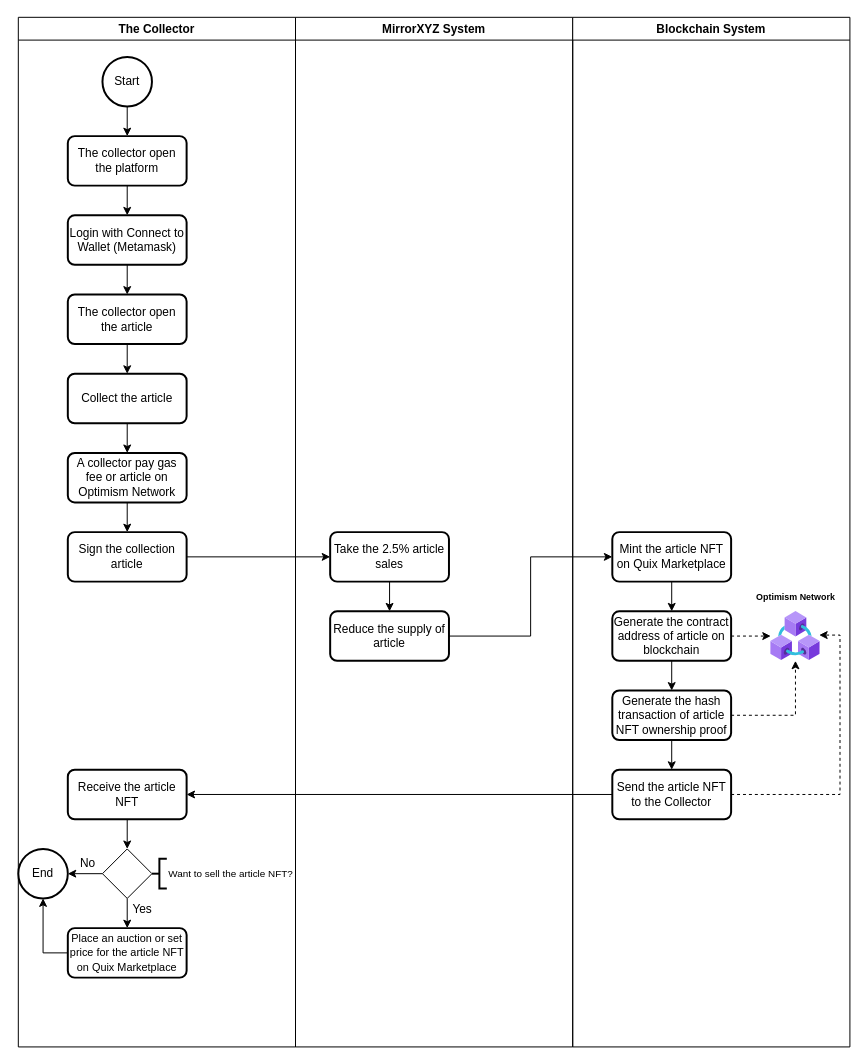
Before: MirrorXYZ Collector Workflow.drawio in hanggaa/Diagram, a draw.io diagram. Source tidied: cells renumbered, new cells numbered last; positions are measured from the earlier drawing's top-left corner, leaving out a move shared by most shapes. Both pictures are drawn from the tidied source at 99%, with x=0, y=0 at pixel (18, 17).
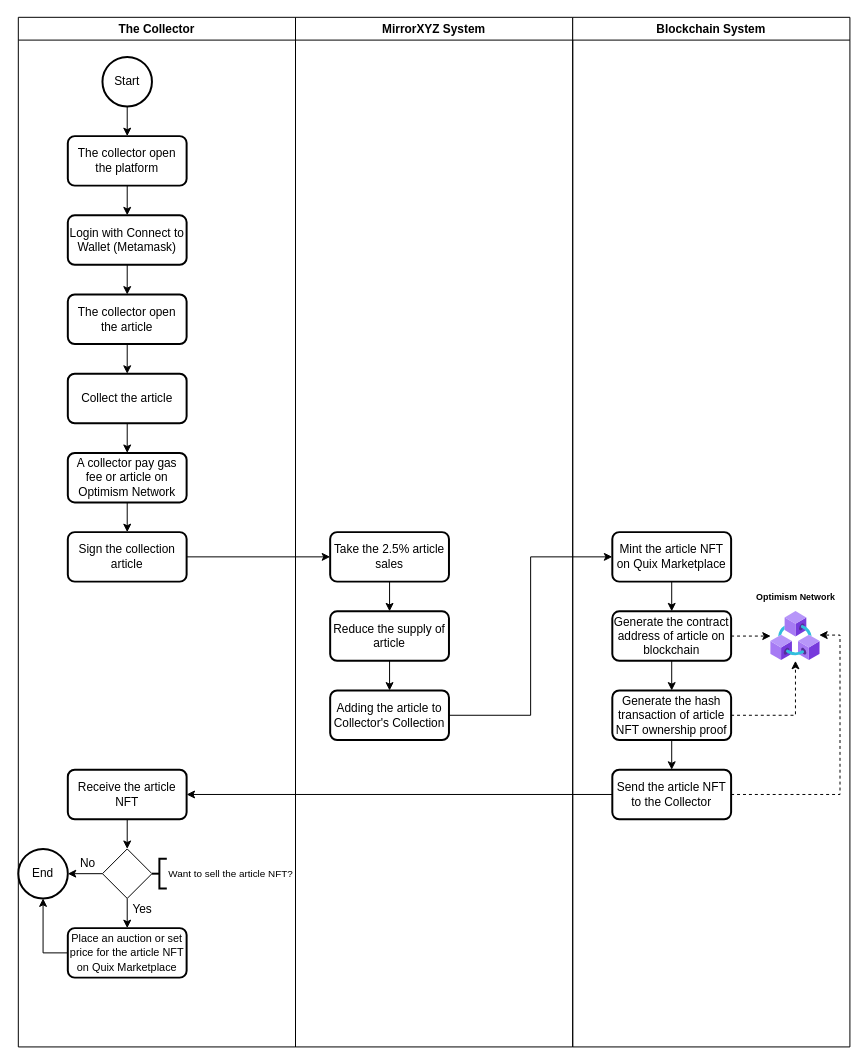
Above is the later version.

Unchanged cells that the change refers to:
```xml
<mxCell id="17" value="Receive the article NFT" style="rounded=1;whiteSpace=wrap;html=1;absoluteArcSize=1;arcSize=14;strokeWidth=2;" parent="2" vertex="1">
  <mxGeometry x="50" y="760" width="120" height="50" as="geometry" />
</mxCell>
<mxCell id="27" value="MirrorXYZ System" style="swimlane;whiteSpace=wrap;html=1;" parent="1" vertex="1">
  <mxGeometry x="280" width="280" height="1040" as="geometry" />
</mxCell>
<mxCell id="30" value="Reduce the supply of article" style="rounded=1;whiteSpace=wrap;html=1;absoluteArcSize=1;arcSize=14;strokeWidth=2;" parent="27" vertex="1">
  <mxGeometry x="35" y="600" width="120" height="50" as="geometry" />
</mxCell>
<mxCell id="39" value="Mint the article NFT on Quix Marketplace" style="rounded=1;whiteSpace=wrap;html=1;absoluteArcSize=1;arcSize=14;strokeWidth=2;" parent="31" vertex="1">
  <mxGeometry x="40" y="520" width="120" height="50" as="geometry" />
</mxCell>
<mxCell id="43" value="Send the article NFT to the Collector" style="rounded=1;whiteSpace=wrap;html=1;absoluteArcSize=1;arcSize=14;strokeWidth=2;" parent="31" vertex="1">
  <mxGeometry x="40" y="760" width="120" height="50" as="geometry" />
</mxCell>
```

Diff of the diagram source:
```diff
@@
+    <mxCell id="47" style="edgeStyle=orthogonalEdgeStyle;rounded=0;jettySize=auto;html=1;exitX=0.5;exitY=1;exitDx=0;exitDy=0;entryX=0.5;entryY=0;entryDx=0;entryDy=0;fontSize=11;" parent="27" edge="1" source="30" target="48">
+      <mxGeometry relative="1" as="geometry" />
+    </mxCell>
@@
+    <mxCell id="48" value="Adding the article to Collector's Collection" style="rounded=1;whiteSpace=wrap;html=1;absoluteArcSize=1;arcSize=14;strokeWidth=2;" parent="27" vertex="1">
+      <mxGeometry x="35" y="680" width="120" height="50" as="geometry" />
+    </mxCell>
@@
+    <mxCell id="46" style="edgeStyle=orthogonalEdgeStyle;rounded=0;jettySize=auto;html=1;exitX=1;exitY=0.5;exitDx=0;exitDy=0;entryX=0;entryY=0.5;entryDx=0;entryDy=0;fontSize=8;" parent="1" edge="1" source="48" target="39">
+      <mxGeometry relative="1" as="geometry" />
+    </mxCell>
-    <mxCell id="45" style="edgeStyle=orthogonalEdgeStyle;rounded=0;jettySize=auto;html=1;exitX=0;exitY=0.5;exitDx=0;exitDy=0;entryX=1;entryY=0.5;entryDx=0;entryDy=0;" parent="1" edge="1" source="43" target="17">
+    <mxCell id="45" style="edgeStyle=orthogonalEdgeStyle;rounded=0;jettySize=auto;html=1;exitX=0;exitY=0.5;exitDx=0;exitDy=0;entryX=1;entryY=0.5;entryDx=0;entryDy=0;fontSize=11;" parent="1" edge="1" source="43" target="17">
       <mxGeometry relative="1" as="geometry" />
     </mxCell>
-    <mxCell id="46" style="edgeStyle=orthogonalEdgeStyle;rounded=0;jettySize=auto;html=1;exitX=1;exitY=0.5;exitDx=0;exitDy=0;entryX=0;entryY=0.5;entryDx=0;entryDy=0;fontSize=8;" parent="1" edge="1" source="30" target="39">
-      <mxGeometry relative="1" as="geometry" />
-    </mxCell>
```
